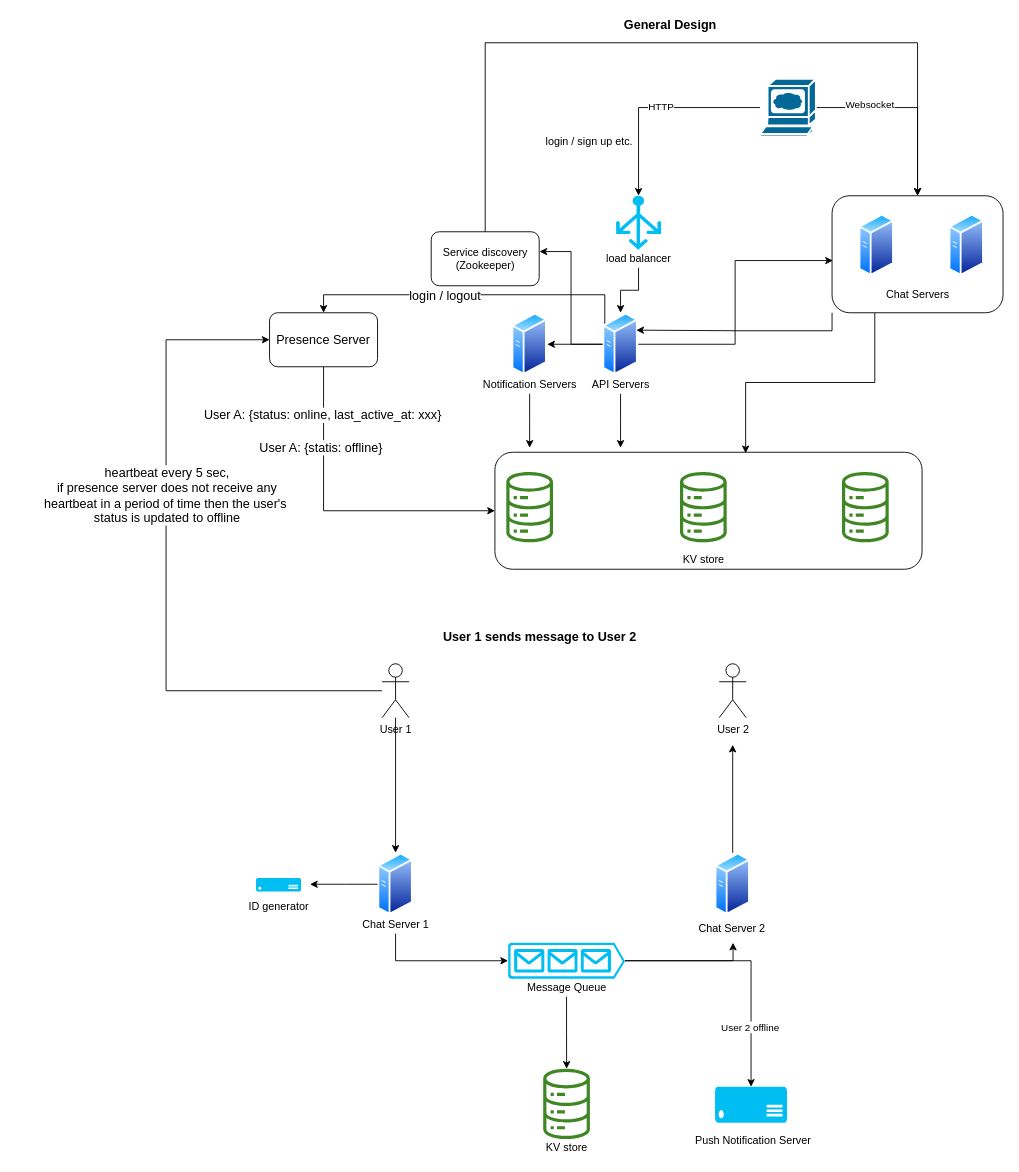
Before: Chat Service.drawio in qiusli/system-design, a draw.io diagram. Source tidied: cells renumbered, new cells numbered last; positions are measured from the earlier drawing's top-left corner, leaving out a move shared by most shapes. Both pictures are drawn from the tidied source at 90%, with x=0, y=0 at pixel (166, 15).
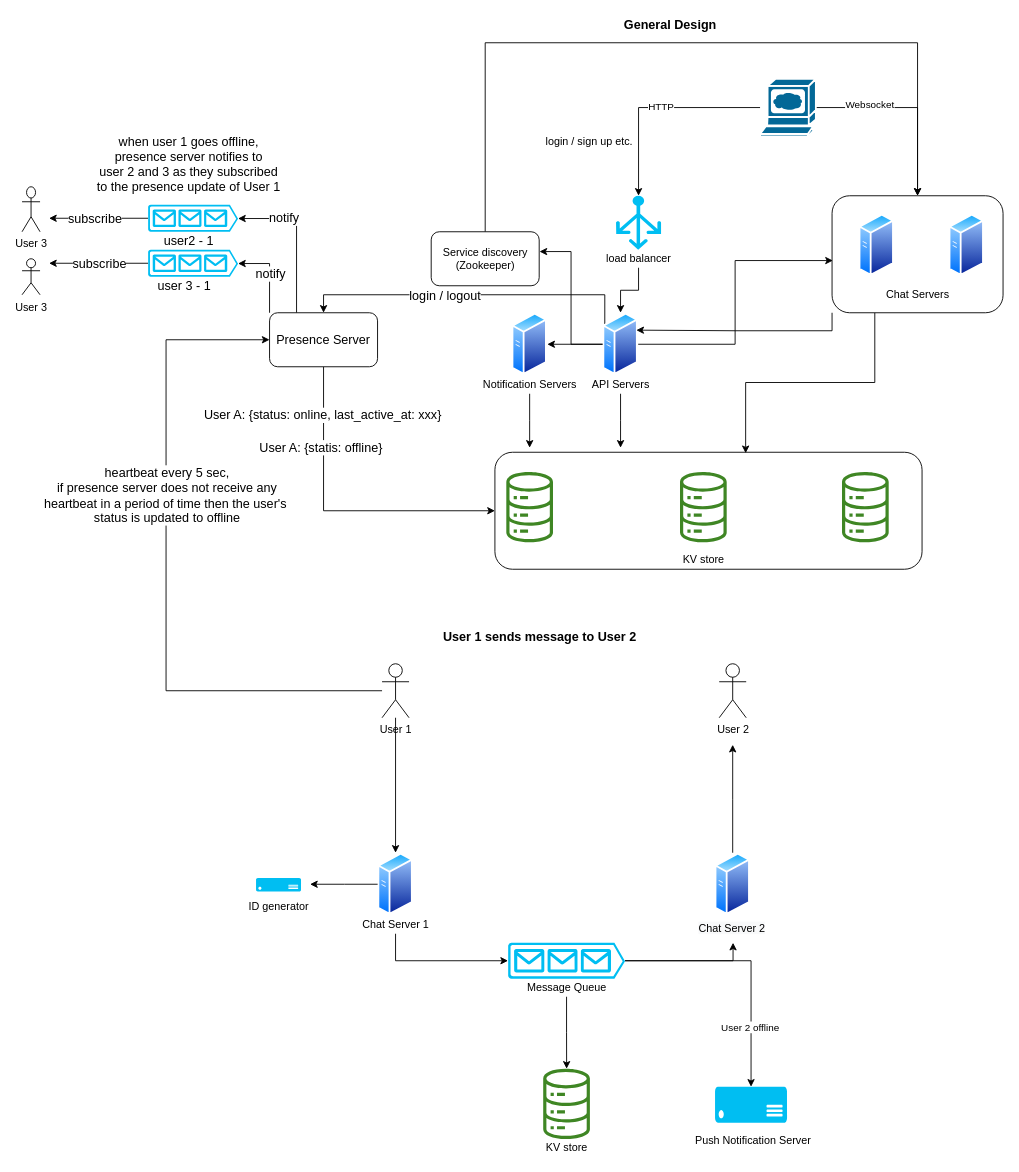
The same diagram, later.

The change refers to these unchanged cells:
```xml
<mxCell id="64" value="Presence Server" style="rounded=1;whiteSpace=wrap;html=1;fontSize=14;" parent="1" vertex="1">
  <mxGeometry x="115" y="330" width="120" height="60" as="geometry" />
</mxCell>
```

Diff of the diagram source:
```diff
@@
+    <mxCell id="65" style="edgeStyle=orthogonalEdgeStyle;rounded=0;jettySize=auto;html=1;exitX=0;exitY=0;exitDx=0;exitDy=0;entryX=1;entryY=0.51;entryDx=0;entryDy=0;entryPerimeter=0;fontSize=14;" parent="1" edge="1" source="64" target="75">
+      <mxGeometry relative="1" as="geometry" />
+    </mxCell>
+    <mxCell id="66" value="notify" style="edgeLabel;html=1;align=center;verticalAlign=middle;fontSize=14;" parent="65" vertex="1">
+      <mxGeometry x="-0.02" relative="1" as="geometry" />
+    </mxCell>
+    <mxCell id="67" style="edgeStyle=orthogonalEdgeStyle;rounded=0;jettySize=auto;html=1;exitX=0.25;exitY=0;exitDx=0;exitDy=0;entryX=1;entryY=0.51;entryDx=0;entryDy=0;entryPerimeter=0;fontSize=14;" parent="1" edge="1" source="64" target="71">
+      <mxGeometry relative="1" as="geometry" />
+    </mxCell>
+    <mxCell id="68" value="notify" style="edgeLabel;html=1;align=center;verticalAlign=middle;fontSize=14;" parent="67" vertex="1">
+      <mxGeometry x="0.4" y="-1" relative="1" as="geometry" />
+    </mxCell>
@@
+    <mxCell id="69" style="edgeStyle=orthogonalEdgeStyle;rounded=0;jettySize=auto;html=1;fontSize=14;" parent="1" edge="1" source="71">
+      <mxGeometry relative="1" as="geometry">
+        <mxPoint x="-130" y="225" as="targetPoint" />
+      </mxGeometry>
+    </mxCell>
+    <mxCell id="70" value="subscribe" style="edgeLabel;html=1;align=center;verticalAlign=middle;fontSize=14;" parent="69" vertex="1">
+      <mxGeometry x="0.29" y="-2" relative="1" as="geometry">
+        <mxPoint x="11" y="2" as="offset" />
+      </mxGeometry>
+    </mxCell>
+    <mxCell id="71" style="verticalLabelPosition=bottom;html=1;verticalAlign=top;align=center;strokeColor=none;fillColor=#00BEF2;shape=mxgraph.azure.queue_generic;" parent="1" vertex="1">
+      <mxGeometry x="-20" y="210" width="100" height="30" as="geometry" />
+    </mxCell>
+    <mxCell id="72" value="user2 - 1" style="text;html=1;align=center;verticalAlign=middle;strokeColor=none;fillColor=none;fontSize=14;" parent="1" vertex="1">
+      <mxGeometry x="-10" y="240" width="70" height="20" as="geometry" />
+    </mxCell>
+    <mxCell id="73" value="user 3 - 1" style="text;html=1;align=center;verticalAlign=middle;strokeColor=none;fillColor=none;fontSize=14;" parent="1" vertex="1">
+      <mxGeometry x="-15" y="290" width="70" height="20" as="geometry" />
+    </mxCell>
+    <mxCell id="74" value="subscribe" style="edgeStyle=orthogonalEdgeStyle;rounded=0;jettySize=auto;html=1;fontSize=14;" parent="1" edge="1" source="75">
+      <mxGeometry relative="1" as="geometry">
+        <mxPoint x="-130" y="275" as="targetPoint" />
+      </mxGeometry>
+    </mxCell>
+    <mxCell id="75" style="verticalLabelPosition=bottom;html=1;verticalAlign=top;align=center;strokeColor=none;fillColor=#00BEF2;shape=mxgraph.azure.queue_generic;" parent="1" vertex="1">
+      <mxGeometry x="-20" y="260" width="100" height="30" as="geometry" />
+    </mxCell>
+    <mxCell id="76" value="User 3" style="shape=umlActor;verticalLabelPosition=bottom;verticalAlign=top;html=1;" parent="1" vertex="1">
+      <mxGeometry x="-160" y="190" width="20" height="50" as="geometry" />
+    </mxCell>
+    <mxCell id="77" value="User 3" style="shape=umlActor;verticalLabelPosition=bottom;verticalAlign=top;html=1;" parent="1" vertex="1">
+      <mxGeometry x="-160" y="270" width="20" height="40" as="geometry" />
+    </mxCell>
+    <mxCell id="78" value="when user 1 goes offline,&lt;br&gt;presence server notifies to&lt;br&gt;user 2 and 3 as they subscribed&lt;br&gt;to the presence update of User 1" style="text;html=1;align=center;verticalAlign=middle;strokeColor=none;fillColor=none;fontSize=14;" parent="1" vertex="1">
+      <mxGeometry x="-85" y="130" width="220" height="70" as="geometry" />
+    </mxCell>
```
